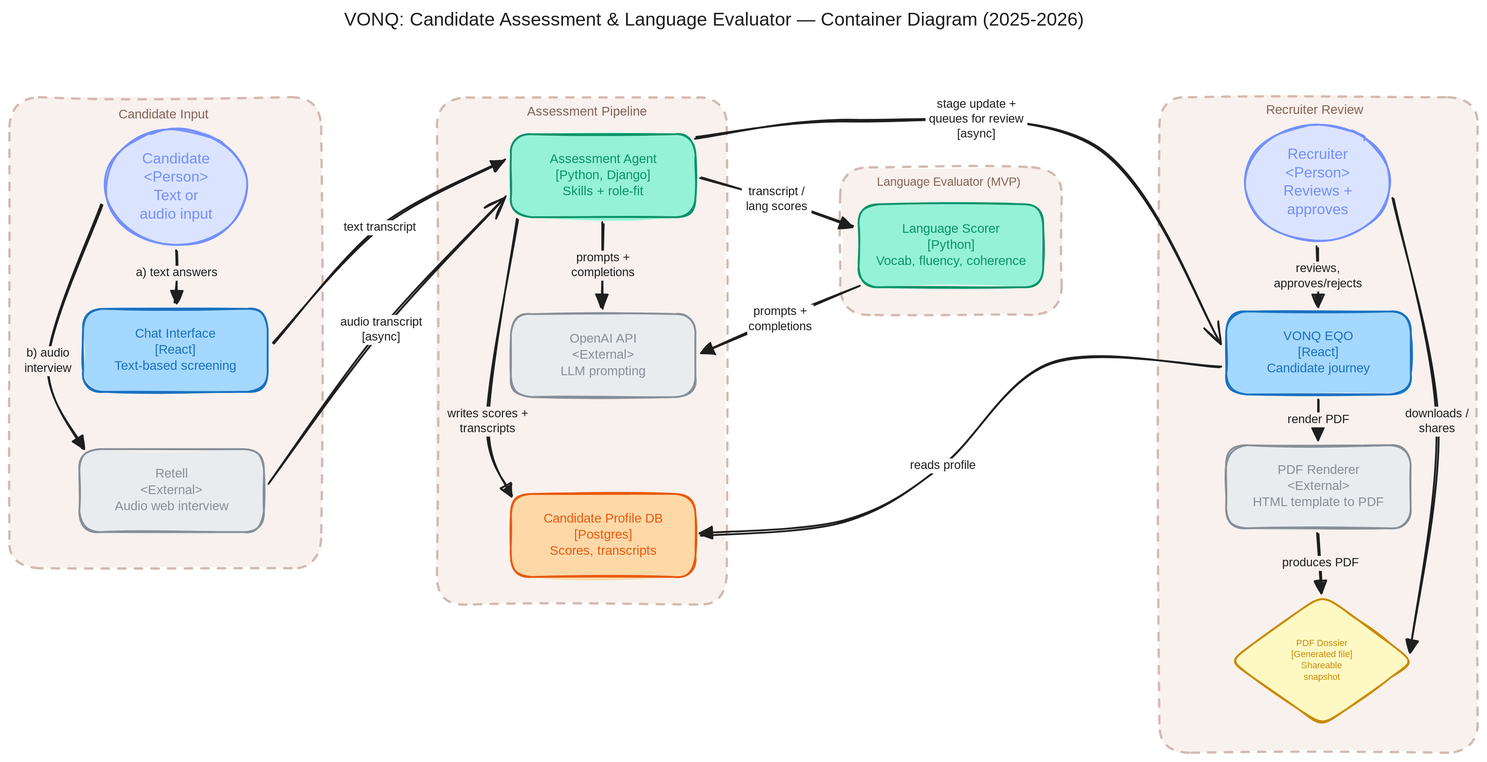
Above: public/diagrams/vonq-candidate-assessment.svg in cmin764/portfolio (Excalidraw), before the change. Source tidied: one line per element, renumbered; positions are measured from the earlier drawing's top-left corner, leaving out a move shared by most shapes.
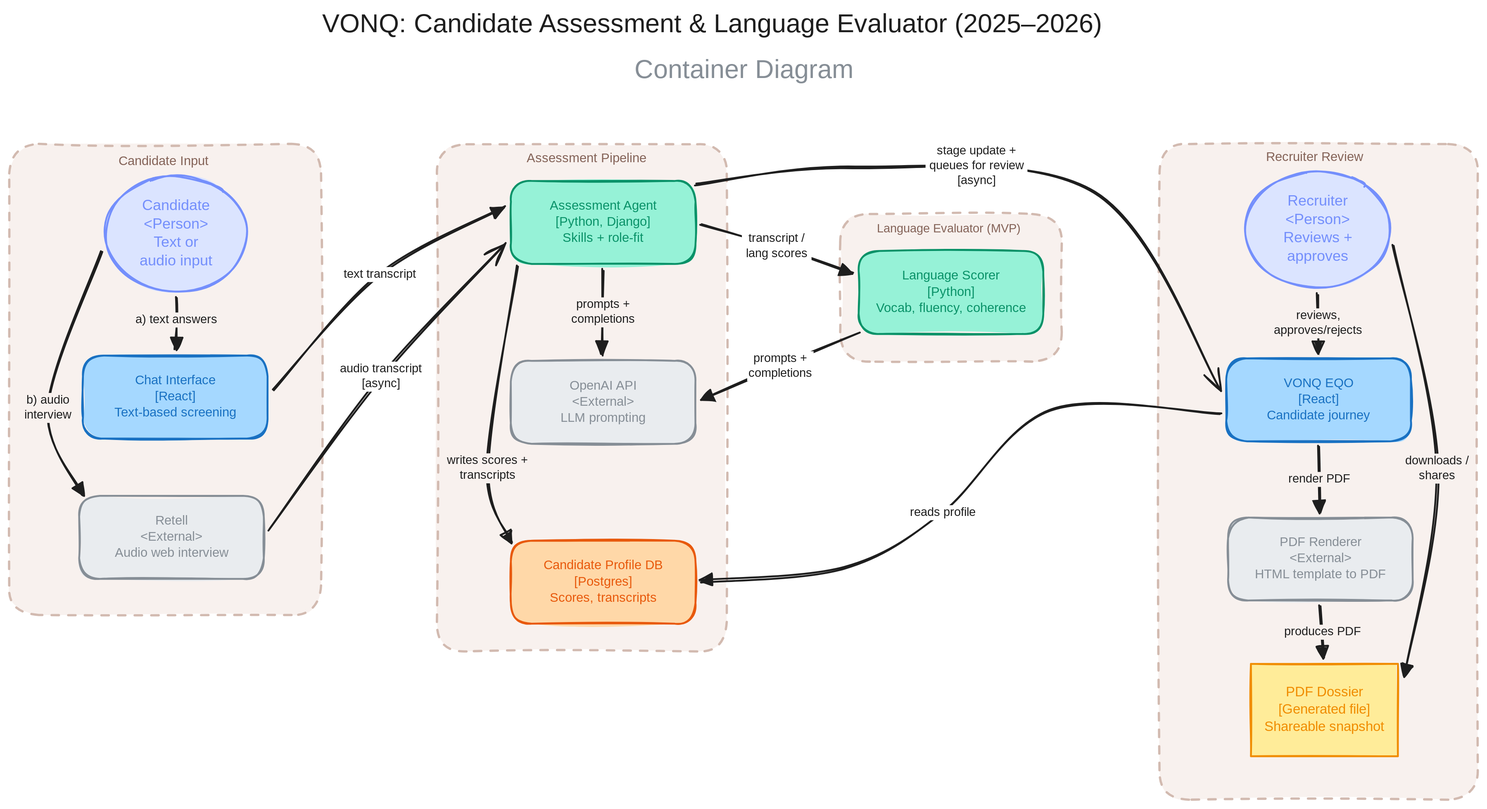
After the change.

What changed in the source:
```diff
@@ -22,19 +22,19 @@
 {"id": 21, "type": "text", "text": "Candidate Profile DB\n[Postgres]\nScores, transcripts", "strokeColor": "#e8590c", "strokeWidth": 2, "roughness": 1, "fontSize": 14, "fontFamily": 5, "textAlign": "center", "verticalAlign": "middle", "round": true, "inside": 16, "x": 571, "y": 544, "width": 146, "height": 52}
 {"id": 22, "type": "text", "text": "prompts +\ncompletions", "strokeColor": "#1e1e1e", "strokeWidth": 2, "roughness": 1, "fontSize": 13, "fontFamily": 5, "textAlign": "center", "verticalAlign": "middle", "round": true, "inside": 17, "x": 607, "y": 257, "width": 72, "height": 32}
 {"id": 23, "type": "text", "text": "writes scores +\ntranscripts", "strokeColor": "#1e1e1e", "strokeWidth": 2, "roughness": 1, "fontSize": 13, "fontFamily": 5, "textAlign": "center", "verticalAlign": "middle", "round": true, "inside": 18, "x": 467, "y": 429, "width": 97, "height": 32}
-{"id": 24, "type": "rectangle", "strokeColor": "#d2bab0", "backgroundColor": "#f8f1ee", "fillStyle": "solid", "strokeWidth": 2, "strokeStyle": "dashed", "roughness": 1, "round": true, "x": 1246, "y": 95, "width": 345, "height": 711}
+{"id": 24, "type": "rectangle", "strokeColor": "#d2bab0", "backgroundColor": "#f8f1ee", "fillStyle": "solid", "strokeWidth": 2, "strokeStyle": "dashed", "roughness": 1, "round": true, "x": 1246, "y": 96, "width": 345, "height": 711}
-{"id": 25, "type": "text", "text": "Recruiter Review", "strokeColor": "#846358", "strokeWidth": 2, "roughness": 1, "fontSize": 14, "fontFamily": 5, "round": true, "x": 1361, "y": 101, "width": 114, "height": 18}
+{"id": 25, "type": "text", "text": "Recruiter Review", "strokeColor": "#846358", "strokeWidth": 2, "roughness": 1, "fontSize": 14, "fontFamily": 5, "round": true, "x": 1361, "y": 102, "width": 114, "height": 18}
 {"id": 26, "type": "rectangle", "strokeColor": "#1971c2", "backgroundColor": "#a5d8ff", "fillStyle": "solid", "strokeWidth": 2, "roughness": 1, "round": true, "x": 1318, "y": 328, "width": 200, "height": 90}
-{"id": 27, "type": "rectangle", "strokeColor": "#868e96", "backgroundColor": "#e9ecef", "fillStyle": "solid", "strokeWidth": 2, "roughness": 1, "round": true, "x": 1318, "y": 473, "width": 200, "height": 90}
+{"id": 27, "type": "rectangle", "strokeColor": "#868e96", "backgroundColor": "#e9ecef", "fillStyle": "solid", "strokeWidth": 2, "roughness": 1, "round": true, "x": 1320, "y": 500, "width": 200, "height": 90}
 {"id": 28, "type": "arrow", "strokeColor": "#1e1e1e", "strokeWidth": 2, "roughness": 1, "endArrowhead": "triangle", "round": true, "to": 26, "x": 1418, "y": 258, "width": 1, "height": 64, "points": [[0, 0], [1, 64]]}
-{"id": 29, "type": "arrow", "strokeColor": "#1e1e1e", "strokeWidth": 2, "roughness": 1, "endArrowhead": "triangle", "round": true, "from": 26, "to": 27, "x": 1418, "y": 424, "width": 0, "height": 43, "points": [[0, 0], [0, 43]]}
+{"id": 29, "type": "arrow", "strokeColor": "#1e1e1e", "strokeWidth": 2, "roughness": 1, "endArrowhead": "triangle", "round": true, "from": 26, "to": 27, "x": 1419, "y": 424, "width": 2, "height": 71, "points": [[0, 0], [2, 71]]}
-{"id": 30, "type": "text", "text": "VONQ EQO\n[React]\nCandidate journey", "strokeColor": "#1971c2", "strokeWidth": 2, "roughness": 1, "fontSize": 14, "fontFamily": 5, "textAlign": "center", "verticalAlign": "middle", "round": true, "inside": 26, "x": 1357, "y": 346, "width": 122, "height": 52}
+{"id": 30, "type": "text", "text": "VONQ EQO\n[React]\nCandidate journey", "strokeColor": "#1971c2", "strokeWidth": 2, "roughness": 1, "fontSize": 14, "fontFamily": 5, "textAlign": "center", "verticalAlign": "middle", "round": true, "inside": 26, "x": 1357, "y": 347, "width": 122, "height": 52}
-{"id": 31, "type": "text", "text": "PDF Renderer\n<External>\nHTML template to PDF", "strokeColor": "#868e96", "strokeWidth": 2, "roughness": 1, "fontSize": 14, "fontFamily": 5, "textAlign": "center", "verticalAlign": "middle", "round": true, "inside": 27, "x": 1339, "y": 491, "width": 159, "height": 52}
+{"id": 31, "type": "text", "text": "PDF Renderer\n<External>\nHTML template to PDF", "strokeColor": "#868e96", "strokeWidth": 2, "roughness": 1, "fontSize": 14, "fontFamily": 5, "textAlign": "center", "verticalAlign": "middle", "round": true, "inside": 27, "x": 1341, "y": 519, "width": 159, "height": 52}
 {"id": 32, "type": "text", "text": "reviews,\napproves/rejects", "strokeColor": "#1e1e1e", "strokeWidth": 2, "roughness": 1, "fontSize": 13, "fontFamily": 5, "textAlign": "center", "verticalAlign": "middle", "round": true, "inside": 28, "x": 1365, "y": 274, "width": 107, "height": 32}
 {"id": 33, "type": "text", "text": "render PDF", "strokeColor": "#1e1e1e", "strokeWidth": 2, "roughness": 1, "fontSize": 13, "fontFamily": 5, "textAlign": "center", "verticalAlign": "middle", "round": true, "inside": 29, "x": 1382, "y": 437, "width": 72, "height": 16}
-{"id": 34, "type": "text", "text": "produces PDF", "strokeColor": "#1e1e1e", "strokeWidth": 2, "roughness": 1, "fontSize": 13, "fontFamily": 5, "textAlign": "center", "verticalAlign": "middle", "round": true, "inside": 57, "x": 1376, "y": 593, "width": 89, "height": 16}
+{"id": 34, "type": "text", "text": "produces PDF", "strokeColor": "#1e1e1e", "strokeWidth": 2, "roughness": 1, "fontSize": 13, "fontFamily": 5, "textAlign": "center", "verticalAlign": "middle", "round": true, "inside": 57, "x": 1377, "y": 603, "width": 89, "height": 16}
 {"id": 35, "type": "text", "text": "downloads /\nshares", "strokeColor": "#1e1e1e", "strokeWidth": 2, "roughness": 1, "fontSize": 13, "fontFamily": 5, "textAlign": "center", "verticalAlign": "middle", "round": true, "inside": 54, "x": 1508, "y": 431, "width": 77, "height": 32}
-{"id": 36, "type": "text", "text": "VONQ: Candidate Assessment & Language Evaluator — Container Diagram (2025-2026)", "strokeColor": "#1e1e1e", "strokeWidth": 2, "roughness": 1, "fontSize": 20, "fontFamily": 5, "x": 363, "y": 0, "width": 857, "height": 25}
+{"id": 36, "type": "text", "text": "VONQ: Candidate Assessment & Language Evaluator (2025–2026)", "strokeColor": "#1e1e1e", "strokeWidth": 2, "roughness": 1, "fontSize": 28, "fontFamily": 5, "x": 339, "y": -51, "width": 914, "height": 35}
 {"id": 37, "type": "arrow", "strokeColor": "#1e1e1e", "strokeWidth": 2, "roughness": 1, "endArrowhead": "triangle", "round": true, "from": 14, "to": 10, "x": 749, "y": 182, "width": 165, "height": 53, "points": [[0, 0], [82, 24], [165, 53]]}
 {"id": 38, "type": "arrow", "strokeColor": "#1e1e1e", "strokeWidth": 2, "roughness": 1, "endArrowhead": "triangle", "from": 10, "to": 15, "x": 921, "y": 300, "width": 172, "height": 73, "points": [[0, 0], [-172, 73]]}
 {"id": 39, "type": "arrow", "strokeColor": "#1e1e1e", "strokeWidth": 2, "roughness": 1, "endArrowhead": "triangle", "round": true, "x": 286, "y": 362, "width": 252, "height": 200, "points": [[0, 0], [115, -125], [252, -200]]}
@@ -52,8 +52,9 @@
 {"id": 51, "type": "arrow", "strokeColor": "#1e1e1e", "strokeWidth": 2, "roughness": 1, "endArrowhead": "triangle", "round": true, "to": 2, "x": 101, "y": 212, "width": 59, "height": 265, "points": [[0, 0], [-59, 170], [-22, 265]]}
 {"id": 52, "type": "text", "text": "Candidate\n<Person>\nText or\naudio input", "strokeColor": "#748ffc", "backgroundColor": "#f8f1ee", "fillStyle": "solid", "strokeWidth": 2, "roughness": 1, "fontSize": 16, "fontFamily": 5, "textAlign": "center", "verticalAlign": "middle", "inside": 49, "x": 138, "y": 153, "width": 86, "height": 80}
 {"id": 53, "type": "ellipse", "strokeColor": "#748ffc", "backgroundColor": "#dbe4ff", "fillStyle": "solid", "strokeWidth": 2, "roughness": 1, "round": true, "x": 1338, "y": 125, "width": 158, "height": 127}
-{"id": 54, "type": "arrow", "strokeColor": "#1e1e1e", "strokeWidth": 2, "roughness": 1, "endArrowhead": "triangle", "round": true, "x": 1500, "y": 206, "width": 47, "height": 491, "points": [[0, 0], [47, 242], [17, 491]]}
+{"id": 54, "type": "arrow", "strokeColor": "#1e1e1e", "strokeWidth": 2, "roughness": 1, "endArrowhead": "triangle", "round": true, "to": 60, "x": 1500, "y": 206, "width": 47, "height": 466, "points": [[0, 0], [47, 242], [11, 466]]}
 {"id": 55, "type": "text", "text": "Recruiter\n<Person>\nReviews +\napproves", "strokeColor": "#748ffc", "backgroundColor": "#f8f1ee", "fillStyle": "solid", "strokeWidth": 2, "roughness": 1, "fontSize": 16, "fontFamily": 5, "textAlign": "center", "verticalAlign": "middle", "inside": 53, "x": 1379, "y": 148, "width": 76, "height": 80}
-{"id": 56, "type": "diamond", "strokeColor": "#ca8a04", "backgroundColor": "#fef9c3", "fillStyle": "solid", "strokeWidth": 2, "roughness": 1, "round": true, "x": 1322, "y": 634, "width": 200, "height": 143}
-{"id": 57, "type": "arrow", "strokeColor": "#1e1e1e", "strokeWidth": 2, "roughness": 1, "endArrowhead": "triangle", "round": true, "from": 27, "x": 1419, "y": 569, "width": 4, "height": 64, "points": [[0, 0], [4, 64]]}
+{"id": 57, "type": "arrow", "strokeColor": "#1e1e1e", "strokeWidth": 2, "roughness": 1, "endArrowhead": "triangle", "round": true, "from": 27, "x": 1421, "y": 596, "width": 4, "height": 57, "points": [[0, 0], [4, 57]]}
+{"id": 59, "type": "text", "text": "Container Diagram", "strokeColor": "#868e96", "backgroundColor": "#eaddd7", "fillStyle": "solid", "strokeWidth": 2, "roughness": 1, "fontSize": 28, "fontFamily": 5, "textAlign": "center", "x": 673, "y": -1, "width": 246, "height": 35}
+{"id": 60, "type": "rectangle", "strokeColor": "#f08c00", "backgroundColor": "#ffec99", "fillStyle": "solid", "strokeWidth": 2, "roughness": 1, "x": 1345, "y": 659, "width": 159, "height": 100}
-{"id": 58, "type": "text", "text": "PDF Dossier\n[Generated file]\nShareable\nsnapshot", "strokeColor": "#ca8a04", "backgroundColor": "#fef9c3", "fillStyle": "solid", "strokeWidth": 2, "roughness": 1, "fontSize": 9.77, "fontFamily": 5, "textAlign": "center", "verticalAlign": "middle", "inside": 56, "x": 1383, "y": 682, "width": 77, "height": 49}
+{"id": 58, "type": "text", "text": "PDF Dossier\n[Generated file]\nShareable snapshot", "strokeColor": "#f08c00", "backgroundColor": "#ffec99", "fillStyle": "solid", "strokeWidth": 2, "roughness": 1, "fontSize": 14.99, "fontFamily": 5, "textAlign": "center", "verticalAlign": "middle", "inside": 60, "x": 1354, "y": 681, "width": 141, "height": 56}
```
